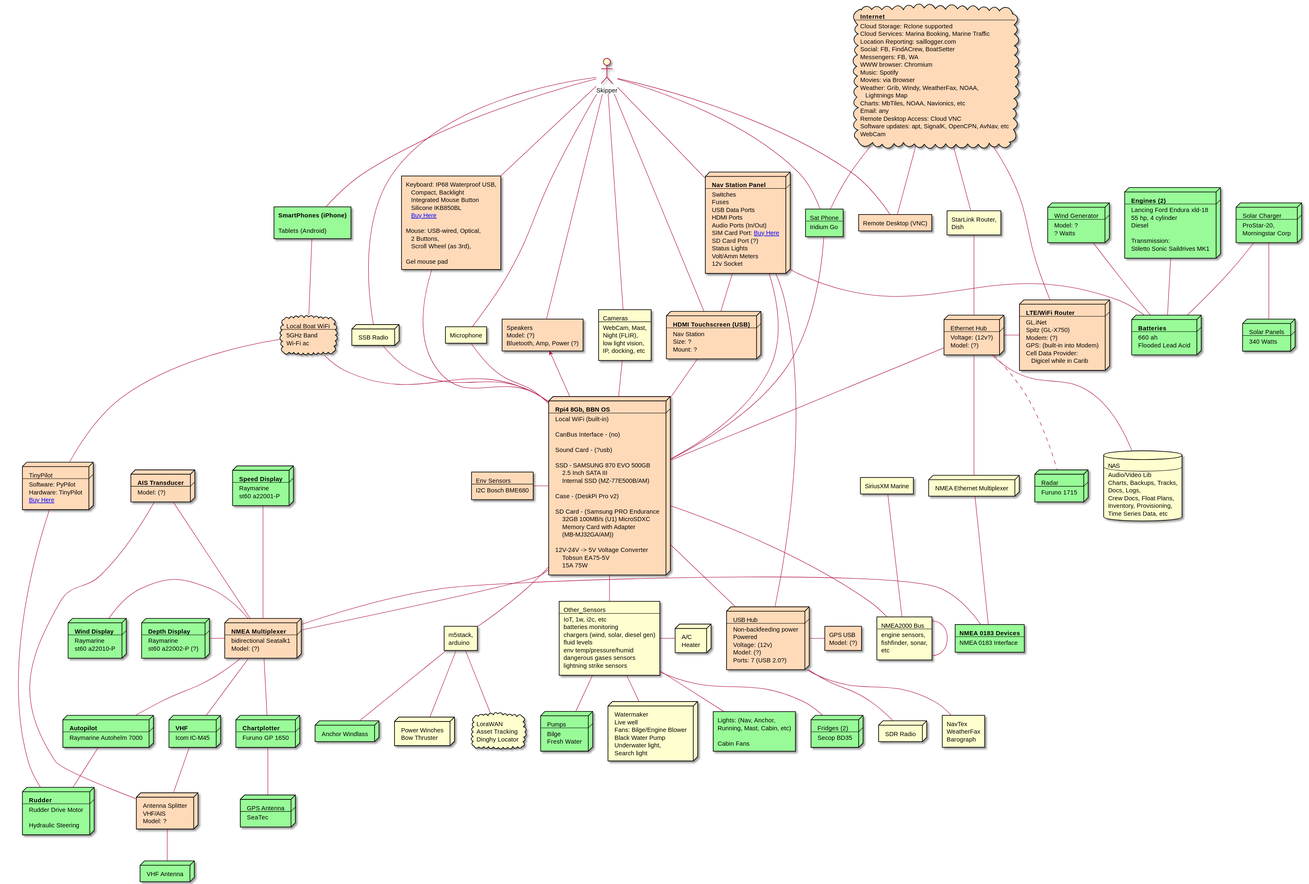
This is docs/images/alcazar-system-arch.svg from SY-Alcazar/SY-Alcazar, a PlantUML export, as it was before one commit.
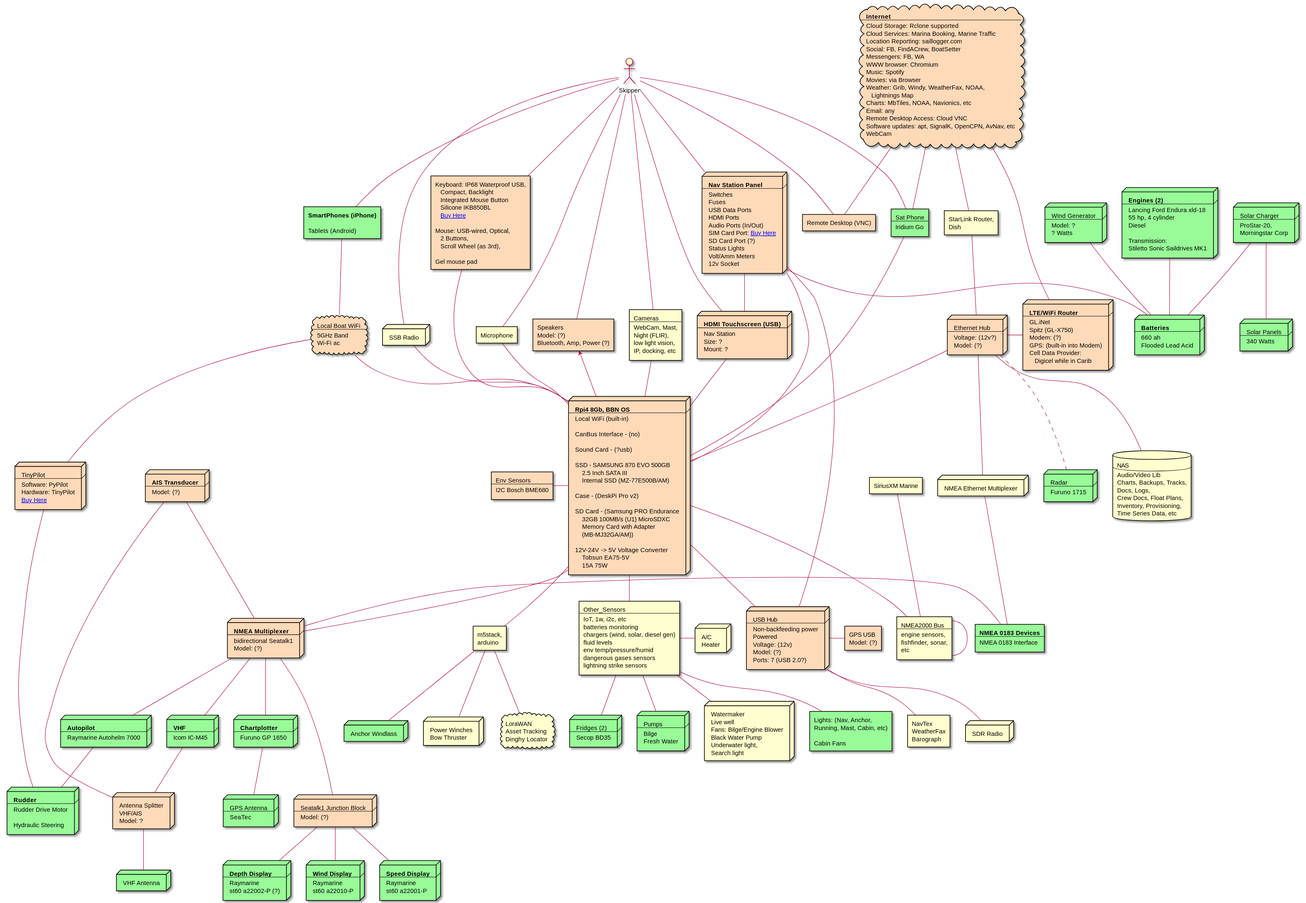
The same diagram one commit later.

Commit message:
alcazar system arch

Change to the diagram source:
```diff
@@ -61,6 +61,12 @@
  engine sensors,
  fishfinder, sonar,
  etc
+]
+
+node Junction_ST1 #peachpuff [
+ Seatalk1 Junction Block
+ ----
+ Model: (?)
 ]
 
 node NMEA_Mux #peachpuff [
@@ -463,10 +469,12 @@
 NMEA_Mux -- AP
 NMEA_Mux -- VHF
 NMEA_Mux -- Chartplotter
-NMEA_Mux -l- Dash_1
-NMEA_Mux -u- Dash_2
-NMEA_Mux -l- Dash_3
+NMEA_Mux --- Junction_ST1
 NMEA_Mux -u- AIS
+
+Junction_ST1 -d- Dash_1
+Junction_ST1 -d- Dash_2
+Junction_ST1 -d- Dash_3
 
 Chartplotter -- GPS_Ant
 
```
